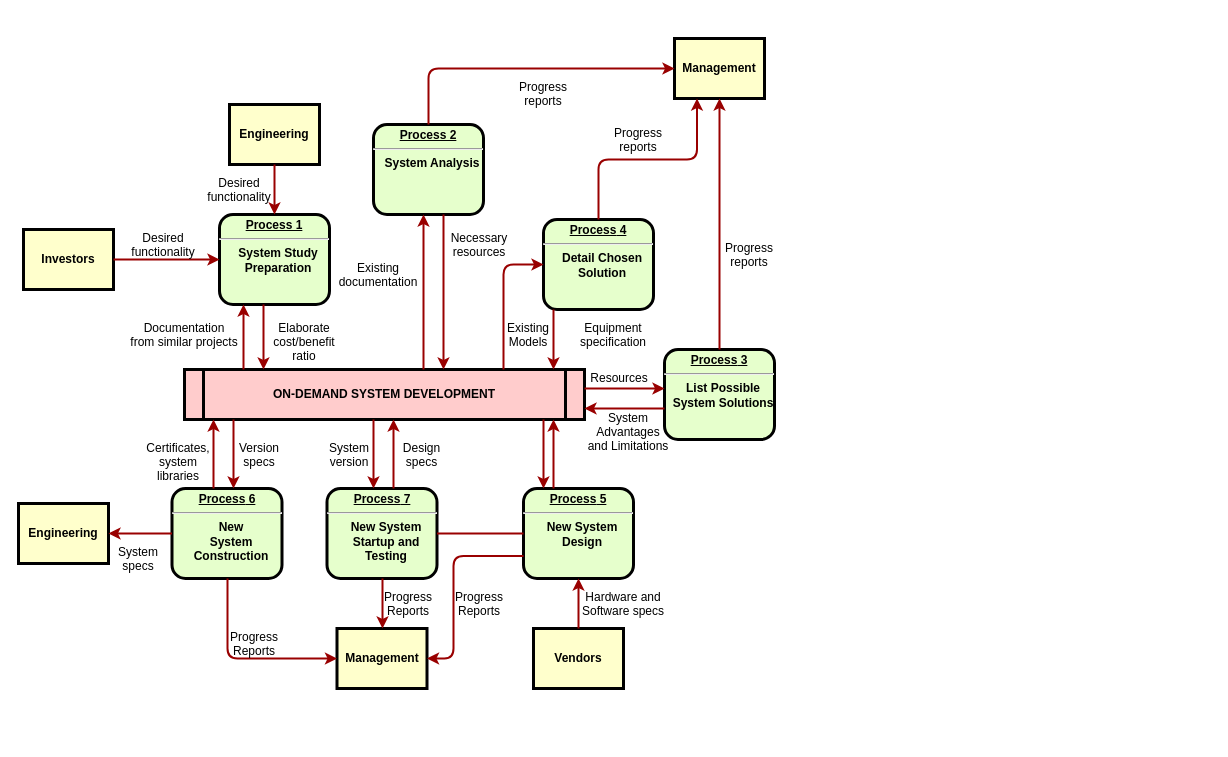
Fgeeha/draw.io keeps this draw.io diagram as dfdardplusras.drawio. Above is the earlier version. Source tidied: cells renumbered, new cells numbered last; positions are measured from the earlier drawing's top-left corner, leaving out a move shared by most shapes. Both pictures are drawn from the tidied source at 100%, with x=0, y=0 at pixel (18, 38).
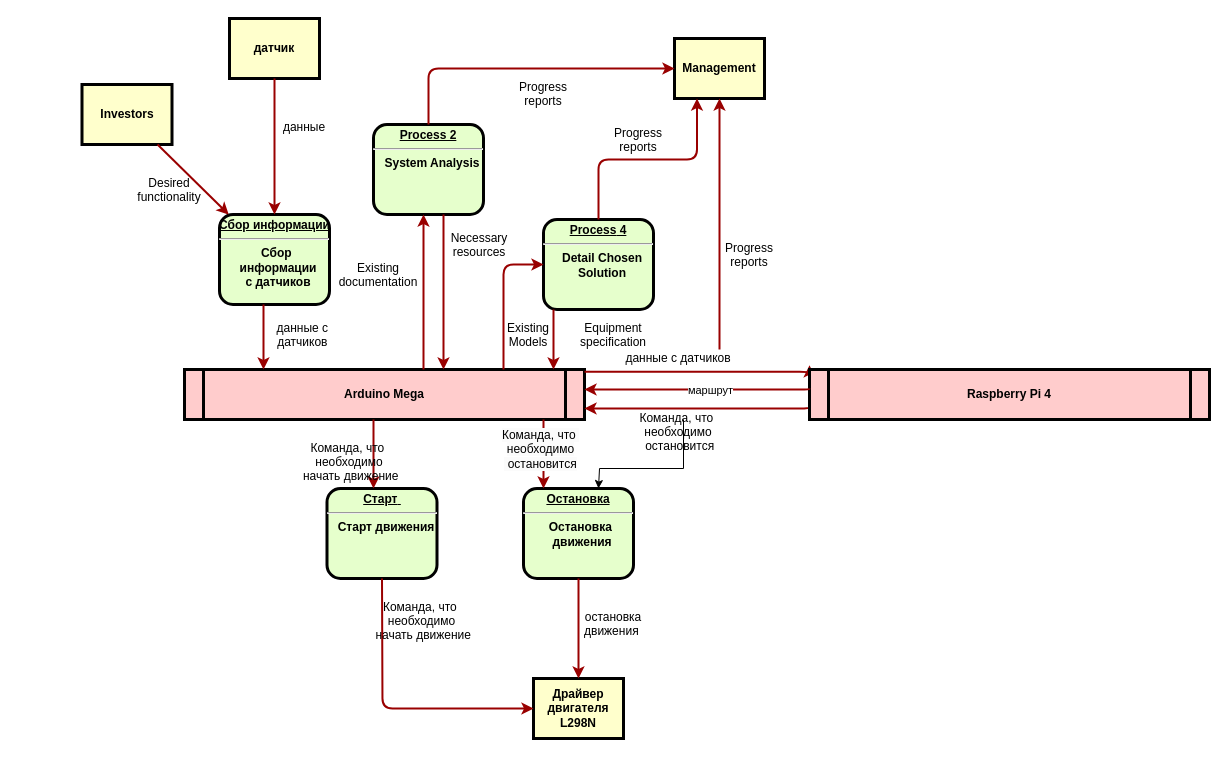
The same page after the edit.

Unchanged cells that the change refers to:
```xml
<mxCell id="11" value="Management" style="whiteSpace=wrap;align=center;verticalAlign=middle;fontStyle=1;strokeWidth=3;fillColor=#FFFFCC;" parent="1" vertex="1">
  <mxGeometry x="656" width="90" height="60" as="geometry" />
</mxCell>
<mxCell id="44" style="edgeStyle=elbowEdgeStyle;elbow=horizontal;strokeColor=#990000;strokeWidth=2;" parent="1" edge="1" source="5" target="9">
  <mxGeometry relative="1" as="geometry">
    <Array as="points">
      <mxPoint x="525" y="420" />
    </Array>
  </mxGeometry>
</mxCell>
```

Diff of the diagram source:
```diff
@@
-    <mxCell id="2" value="&lt;p style=&quot;margin: 0px; margin-top: 4px; text-align: center; text-decoration: underline;&quot;&gt;&lt;strong&gt;Process 1&lt;br /&gt;&lt;/strong&gt;&lt;/p&gt;&lt;hr /&gt;&lt;p style=&quot;margin: 0px; margin-left: 8px;&quot;&gt;System Study&lt;/p&gt;&lt;p style=&quot;margin: 0px; margin-left: 8px;&quot;&gt;Preparation&lt;/p&gt;" style="verticalAlign=middle;align=center;overflow=fill;fontSize=12;fontFamily=Helvetica;html=1;rounded=1;fontStyle=1;strokeWidth=3;fillColor=#E6FFCC;" parent="1" vertex="1">
+    <mxCell id="2" value="&lt;p style=&quot;margin: 0px; margin-top: 4px; text-align: center; text-decoration: underline;&quot;&gt;&lt;strong&gt;Сбор информации&lt;/strong&gt;&lt;/p&gt;&lt;hr&gt;&lt;p style=&quot;margin: 0px; margin-left: 8px;&quot;&gt;Сбор&amp;nbsp;&lt;/p&gt;&lt;p style=&quot;margin: 0px; margin-left: 8px;&quot;&gt;информации&lt;/p&gt;&lt;p style=&quot;margin: 0px; margin-left: 8px;&quot;&gt;с датчиков&lt;/p&gt;" style="verticalAlign=middle;align=center;overflow=fill;fontSize=12;fontFamily=Helvetica;html=1;rounded=1;fontStyle=1;strokeWidth=3;fillColor=#E6FFCC;" parent="1" vertex="1">
       <mxGeometry x="201" y="176" width="110" height="90" as="geometry" />
     </mxCell>
-    <mxCell id="3" value="Engineering" style="whiteSpace=wrap;align=center;verticalAlign=middle;fontStyle=1;strokeWidth=3;fillColor=#FFFFCC;" parent="1" vertex="1">
-      <mxGeometry x="211" y="66" width="90" height="60" as="geometry" />
+    <mxCell id="3" value="датчик" style="whiteSpace=wrap;align=center;verticalAlign=middle;fontStyle=1;strokeWidth=3;fillColor=#FFFFCC;" parent="1" vertex="1">
+      <mxGeometry x="211" y="-20" width="90" height="60" as="geometry" />
     </mxCell>
     <mxCell id="4" value="Investors" style="whiteSpace=wrap;align=center;verticalAlign=middle;fontStyle=1;strokeWidth=3;fillColor=#FFFFCC;" parent="1" vertex="1">
-      <mxGeometry x="5" y="191" width="90" height="60" as="geometry" />
+      <mxGeometry x="63.5" y="46" width="90" height="60" as="geometry" />
     </mxCell>
-    <mxCell id="5" value="ON-DEMAND SYSTEM DEVELOPMENT" style="shape=process;whiteSpace=wrap;align=center;verticalAlign=middle;size=0.0475;fontStyle=1;strokeWidth=3;fillColor=#FFCCCC;" parent="1" vertex="1">
+    <mxCell id="5" value="Arduino Mega" style="shape=process;whiteSpace=wrap;align=center;verticalAlign=middle;size=0.0475;fontStyle=1;strokeWidth=3;fillColor=#FFCCCC;" parent="1" vertex="1">
       <mxGeometry x="166" y="331" width="400" height="50" as="geometry" />
     </mxCell>
@@
-    <mxCell id="7" value="&lt;p style=&quot;margin: 0px; margin-top: 4px; text-align: center; text-decoration: underline;&quot;&gt;&lt;strong&gt;&lt;strong&gt;Process&lt;/strong&gt; 3&lt;br /&gt;&lt;/strong&gt;&lt;/p&gt;&lt;hr /&gt;&lt;p style=&quot;margin: 0px; margin-left: 8px;&quot;&gt;List Possible&lt;/p&gt;&lt;p style=&quot;margin: 0px; margin-left: 8px;&quot;&gt;System Solutions&lt;/p&gt;" style="verticalAlign=middle;align=center;overflow=fill;fontSize=12;fontFamily=Helvetica;html=1;rounded=1;fontStyle=1;strokeWidth=3;fillColor=#E6FFCC;" parent="1" vertex="1">
-      <mxGeometry x="646" y="311" width="110" height="90" as="geometry" />
-    </mxCell>
@@
-    <mxCell id="9" value="&lt;p style=&quot;margin: 0px; margin-top: 4px; text-align: center; text-decoration: underline;&quot;&gt;&lt;strong&gt;&lt;strong&gt;Process&lt;/strong&gt; 5&lt;br /&gt;&lt;/strong&gt;&lt;/p&gt;&lt;hr /&gt;&lt;p style=&quot;margin: 0px; margin-left: 8px;&quot;&gt;New System&lt;/p&gt;&lt;p style=&quot;margin: 0px; margin-left: 8px;&quot;&gt;Design&lt;/p&gt;" style="verticalAlign=middle;align=center;overflow=fill;fontSize=12;fontFamily=Helvetica;html=1;rounded=1;fontStyle=1;strokeWidth=3;fillColor=#E6FFCC;" parent="1" vertex="1">
+    <mxCell id="9" value="&lt;p style=&quot;margin: 0px; margin-top: 4px; text-align: center; text-decoration: underline;&quot;&gt;Остановка&lt;/p&gt;&lt;hr&gt;&lt;p style=&quot;margin: 0px; margin-left: 8px;&quot;&gt;Остановка&amp;nbsp;&lt;/p&gt;&lt;p style=&quot;margin: 0px; margin-left: 8px;&quot;&gt;движения&lt;/p&gt;" style="verticalAlign=middle;align=center;overflow=fill;fontSize=12;fontFamily=Helvetica;html=1;rounded=1;fontStyle=1;strokeWidth=3;fillColor=#E6FFCC;" parent="1" vertex="1">
       <mxGeometry x="505" y="450" width="110" height="90" as="geometry" />
     </mxCell>
-    <mxCell id="10" value="&lt;p style=&quot;margin: 0px; margin-top: 4px; text-align: center; text-decoration: underline;&quot;&gt;&lt;strong&gt;&lt;strong&gt;Process&lt;/strong&gt; 6&lt;br /&gt;&lt;/strong&gt;&lt;/p&gt;&lt;hr /&gt;&lt;p style=&quot;margin: 0px; margin-left: 8px;&quot;&gt;New&lt;/p&gt;&lt;p style=&quot;margin: 0px; margin-left: 8px;&quot;&gt;System&lt;/p&gt;&lt;p style=&quot;margin: 0px; margin-left: 8px;&quot;&gt;Construction&lt;/p&gt;" style="verticalAlign=middle;align=center;overflow=fill;fontSize=12;fontFamily=Helvetica;html=1;rounded=1;fontStyle=1;strokeWidth=3;fillColor=#E6FFCC;" parent="1" vertex="1">
-      <mxGeometry x="153.5" y="450" width="110" height="90" as="geometry" />
-    </mxCell>
@@
-    <mxCell id="12" value="Management" style="whiteSpace=wrap;align=center;verticalAlign=middle;fontStyle=1;strokeWidth=3;fillColor=#FFFFCC;" parent="1" vertex="1">
-      <mxGeometry x="318.5" y="590" width="90" height="60" as="geometry" />
-    </mxCell>
-    <mxCell id="13" value="Engineering" style="whiteSpace=wrap;align=center;verticalAlign=middle;fontStyle=1;strokeWidth=3;fillColor=#FFFFCC;" parent="1" vertex="1">
-      <mxGeometry y="465" width="90" height="60" as="geometry" />
-    </mxCell>
-    <mxCell id="14" value="Vendors" style="whiteSpace=wrap;align=center;verticalAlign=middle;fontStyle=1;strokeWidth=3;fillColor=#FFFFCC;" parent="1" vertex="1">
-      <mxGeometry x="515" y="590" width="90" height="60" as="geometry" />
+    <mxCell id="14" value="Драйвер двигателя L298N" style="whiteSpace=wrap;align=center;verticalAlign=middle;fontStyle=1;strokeWidth=3;fillColor=#FFFFCC;" parent="1" vertex="1">
+      <mxGeometry x="515" y="640" width="90" height="60" as="geometry" />
     </mxCell>
@@
-    <mxCell id="17" value="&lt;p style=&quot;margin: 0px; margin-top: 4px; text-align: center; text-decoration: underline;&quot;&gt;&lt;strong&gt;&lt;strong&gt;Process&lt;/strong&gt; 7&lt;br /&gt;&lt;/strong&gt;&lt;/p&gt;&lt;hr /&gt;&lt;p style=&quot;margin: 0px; margin-left: 8px;&quot;&gt;New System&lt;/p&gt;&lt;p style=&quot;margin: 0px; margin-left: 8px;&quot;&gt;Startup and&lt;/p&gt;&lt;p style=&quot;margin: 0px; margin-left: 8px;&quot;&gt;Testing&lt;/p&gt;" style="verticalAlign=middle;align=center;overflow=fill;fontSize=12;fontFamily=Helvetica;html=1;rounded=1;fontStyle=1;strokeWidth=3;fillColor=#E6FFCC;" parent="1" vertex="1">
+    <mxCell id="17" value="&lt;p style=&quot;margin: 0px; margin-top: 4px; text-align: center; text-decoration: underline;&quot;&gt;&lt;strong&gt;&lt;strong&gt;Старт&lt;/strong&gt;&amp;nbsp;&lt;br&gt;&lt;/strong&gt;&lt;/p&gt;&lt;hr&gt;&lt;p style=&quot;margin: 0px; margin-left: 8px;&quot;&gt;Старт движения&lt;/p&gt;" style="verticalAlign=middle;align=center;overflow=fill;fontSize=12;fontFamily=Helvetica;html=1;rounded=1;fontStyle=1;strokeWidth=3;fillColor=#E6FFCC;" parent="1" vertex="1">
       <mxGeometry x="308.5" y="450" width="110" height="90" as="geometry" />
     </mxCell>
-    <mxCell id="18" style="endArrow=none;noEdgeStyle=1;strokeColor=#990000;strokeWidth=2;" parent="1" edge="1" source="9" target="17">
-      <mxGeometry relative="1" as="geometry" />
-    </mxCell>
     <mxCell id="19" value="Desired &#10;functionality" style="text;spacingTop=-5;align=center;" parent="1" vertex="1">
-      <mxGeometry x="130" y="191" width="30" height="20" as="geometry" />
+      <mxGeometry x="136" y="136" width="30" height="20" as="geometry" />
     </mxCell>
-    <mxCell id="20" value="Desired &#10;functionality" style="text;spacingTop=-5;align=center;" parent="1" vertex="1">
-      <mxGeometry x="206" y="136" width="30" height="20" as="geometry" />
+    <mxCell id="20" value="данные" style="text;spacingTop=-5;align=center;" parent="1" vertex="1">
+      <mxGeometry x="271" y="80" width="30" height="20" as="geometry" />
     </mxCell>
-    <mxCell id="21" value="Documentation&#10;from similar projects" style="text;spacingTop=-5;align=center;" parent="1" vertex="1">
-      <mxGeometry x="151" y="281" width="30" height="20" as="geometry" />
-    </mxCell>
-    <mxCell id="22" style="edgeStyle=elbowEdgeStyle;elbow=horizontal;strokeColor=#990000;strokeWidth=2;" parent="1" edge="1" source="5" target="2">
-      <mxGeometry relative="1" as="geometry">
-        <Array as="points">
-          <mxPoint x="225" y="310" />
-        </Array>
-      </mxGeometry>
-    </mxCell>
@@
-    <mxCell id="24" value="Elaborate&#10;cost/benefit&#10;ratio" style="text;spacingTop=-5;align=center;" parent="1" vertex="1">
+    <mxCell id="24" value="данные с &#10;датчиков " style="text;spacingTop=-5;align=center;" parent="1" vertex="1">
       <mxGeometry x="271" y="281" width="30" height="20" as="geometry" />
     </mxCell>
@@
-    <mxCell id="34" style="edgeStyle=elbowEdgeStyle;elbow=horizontal;strokeColor=#990000;strokeWidth=2;" parent="1" edge="1" source="7" target="11">
-      <mxGeometry relative="1" as="geometry" />
+    <mxCell id="34" style="edgeStyle=elbowEdgeStyle;elbow=horizontal;strokeColor=#990000;strokeWidth=2;" parent="1" edge="1" target="11">
+      <mxGeometry relative="1" as="geometry">
+        <mxPoint x="701" y="311" as="sourcePoint" />
+      </mxGeometry>
     </mxCell>
@@
-    <mxCell id="39" style="edgeStyle=elbowEdgeStyle;elbow=vertical;strokeColor=#990000;strokeWidth=2;" parent="1" edge="1" source="5" target="7">
+    <mxCell id="39" style="edgeStyle=elbowEdgeStyle;elbow=vertical;strokeColor=#990000;strokeWidth=2;entryX=0;entryY=0.25;entryDx=0;entryDy=0;" parent="1" edge="1">
       <mxGeometry relative="1" as="geometry">
+        <mxPoint x="566" y="333.2" as="sourcePoint" />
+        <mxPoint x="791" y="326.8" as="targetPoint" />
         <Array as="points">
-          <mxPoint x="615" y="350" />
+          <mxPoint x="615" y="333.2" />
         </Array>
       </mxGeometry>
     </mxCell>
-    <mxCell id="40" style="edgeStyle=elbowEdgeStyle;elbow=vertical;strokeColor=#990000;strokeWidth=2;" parent="1" edge="1" source="7" target="5">
+    <mxCell id="40" style="edgeStyle=elbowEdgeStyle;elbow=vertical;strokeColor=#990000;strokeWidth=2;exitX=0;exitY=0.75;exitDx=0;exitDy=0;" parent="1" edge="1" source="65" target="5">
       <mxGeometry relative="1" as="geometry">
         <Array as="points">
           <mxPoint x="615" y="370" />
         </Array>
       </mxGeometry>
     </mxCell>
-    <mxCell id="41" value="Resources" style="text;spacingTop=-5;align=center;" parent="1" vertex="1">
-      <mxGeometry x="586" y="331" width="30" height="20" as="geometry" />
+    <mxCell id="41" value="данные с датчиков" style="text;spacingTop=-5;align=center;" parent="1" vertex="1">
+      <mxGeometry x="645" y="311" width="30" height="20" as="geometry" />
     </mxCell>
+    <mxCell id="63" style="edgeStyle=orthogonalEdgeStyle;rounded=0;orthogonalLoop=1;jettySize=auto;html=1;" parent="1" edge="1">
+      <mxGeometry relative="1" as="geometry">
+        <mxPoint x="665" y="381" as="sourcePoint" />
+        <mxPoint x="580" y="450" as="targetPoint" />
+        <Array as="points">
+          <mxPoint x="665" y="430" />
+          <mxPoint x="581" y="430" />
+        </Array>
+      </mxGeometry>
+    </mxCell>
-    <mxCell id="42" value="System &#10;Advantages &#10;and Limitations" style="text;spacingTop=-5;align=center;" parent="1" vertex="1">
-      <mxGeometry x="595" y="371" width="30" height="20" as="geometry" />
+    <mxCell id="42" value="Команда, что &#10;необходимо&#10; остановится" style="text;spacingTop=-5;align=center;" parent="1" vertex="1">
+      <mxGeometry x="645" y="371" width="30" height="20" as="geometry" />
     </mxCell>
-    <mxCell id="43" style="edgeStyle=elbowEdgeStyle;elbow=horizontal;strokeColor=#990000;strokeWidth=2;" parent="1" edge="1" source="9" target="5">
-      <mxGeometry relative="1" as="geometry">
-        <Array as="points">
-          <mxPoint x="535" y="410" />
-        </Array>
-      </mxGeometry>
-    </mxCell>
@@
+    <mxCell id="64" value="&lt;span style=&quot;font-size: 12px; background-color: rgb(251, 251, 251);&quot;&gt;Команда, что&amp;nbsp;&lt;/span&gt;&lt;br style=&quot;padding: 0px; margin: 0px; font-size: 12px; background-color: rgb(251, 251, 251);&quot;&gt;&lt;span style=&quot;font-size: 12px; background-color: rgb(251, 251, 251);&quot;&gt;необходимо&lt;/span&gt;&lt;br style=&quot;padding: 0px; margin: 0px; font-size: 12px; background-color: rgb(251, 251, 251);&quot;&gt;&lt;span style=&quot;font-size: 12px; background-color: rgb(251, 251, 251);&quot;&gt;&amp;nbsp;остановится&lt;/span&gt;" style="edgeLabel;html=1;align=center;verticalAlign=middle;" parent="44" vertex="1">
+      <mxGeometry x="-0.16" y="-4" relative="1" as="geometry" />
+    </mxCell>
-    <mxCell id="45" style="edgeStyle=elbowEdgeStyle;elbow=horizontal;strokeColor=#990000;strokeWidth=2;" parent="1" edge="1" source="14" target="9">
+    <mxCell id="45" style="edgeStyle=elbowEdgeStyle;elbow=horizontal;strokeColor=#990000;strokeWidth=2;entryX=0.5;entryY=0;entryDx=0;entryDy=0;exitX=0.5;exitY=1;exitDx=0;exitDy=0;" parent="1" edge="1" source="9" target="14">
       <mxGeometry relative="1" as="geometry" />
     </mxCell>
-    <mxCell id="46" value="Hardware and&#10;Software specs" style="text;spacingTop=-5;align=center;" parent="1" vertex="1">
-      <mxGeometry x="590" y="550" width="30" height="20" as="geometry" />
+    <mxCell id="46" value="остановка&#10;движения " style="text;spacingTop=-5;align=center;" parent="1" vertex="1">
+      <mxGeometry x="580" y="570" width="30" height="20" as="geometry" />
     </mxCell>
-    <mxCell id="47" style="edgeStyle=elbowEdgeStyle;elbow=horizontal;exitX=0;exitY=0.75;strokeColor=#990000;strokeWidth=2;" parent="1" edge="1" source="9" target="12">
-      <mxGeometry relative="1" as="geometry">
-        <Array as="points">
-          <mxPoint x="435" y="570" />
-        </Array>
-      </mxGeometry>
-    </mxCell>
-    <mxCell id="48" value="Progress&#10;Reports" style="text;spacingTop=-5;align=center;" parent="1" vertex="1">
-      <mxGeometry x="446" y="550" width="30" height="20" as="geometry" />
-    </mxCell>
-    <mxCell id="49" style="edgeStyle=elbowEdgeStyle;elbow=horizontal;strokeColor=#990000;strokeWidth=2;" parent="1" edge="1" source="17" target="12">
-      <mxGeometry relative="1" as="geometry" />
+    <mxCell id="49" style="edgeStyle=elbowEdgeStyle;elbow=horizontal;strokeColor=#990000;strokeWidth=2;exitX=0.5;exitY=1;exitDx=0;exitDy=0;" parent="1" edge="1" source="17" target="14">
+      <mxGeometry relative="1" as="geometry">
+        <Array as="points">
+          <mxPoint x="364" y="610" />
+        </Array>
+      </mxGeometry>
     </mxCell>
-    <mxCell id="50" value="Progress&#10;Reports" style="text;spacingTop=-5;align=center;" parent="1" vertex="1">
-      <mxGeometry x="375" y="550" width="30" height="20" as="geometry" />
+    <mxCell id="50" value="Команда, что &#10;необходимо&#10; начать движение" style="text;spacingTop=-5;align=center;" parent="1" vertex="1">
+      <mxGeometry x="388.5" y="560" width="30" height="20" as="geometry" />
     </mxCell>
-    <mxCell id="51" style="edgeStyle=elbowEdgeStyle;elbow=horizontal;strokeColor=#990000;strokeWidth=2;" parent="1" edge="1" source="10" target="12">
-      <mxGeometry relative="1" as="geometry">
-        <Array as="points">
-          <mxPoint x="209" y="570" />
-        </Array>
-      </mxGeometry>
-    </mxCell>
-    <mxCell id="52" value="Progress&#10;Reports" style="text;spacingTop=-5;align=center;" parent="1" vertex="1">
-      <mxGeometry x="221" y="590" width="30" height="20" as="geometry" />
-    </mxCell>
-    <mxCell id="53" style="edgeStyle=elbowEdgeStyle;elbow=vertical;strokeColor=#990000;strokeWidth=2;" parent="1" edge="1" source="10" target="13">
-      <mxGeometry relative="1" as="geometry" />
-    </mxCell>
@@
-    <mxCell id="55" style="edgeStyle=elbowEdgeStyle;elbow=horizontal;strokeColor=#990000;strokeWidth=2;" parent="1" edge="1" source="17" target="5">
-      <mxGeometry relative="1" as="geometry">
-        <Array as="points">
-          <mxPoint x="375" y="410" />
-        </Array>
-      </mxGeometry>
-    </mxCell>
-    <mxCell id="56" value="Version&#10;specs" style="text;spacingTop=-5;align=center;" parent="1" vertex="1">
-      <mxGeometry x="226" y="401" width="30" height="20" as="geometry" />
-    </mxCell>
-    <mxCell id="57" value="Certificates,&#10;system&#10;libraries" style="text;spacingTop=-5;align=center;" parent="1" vertex="1">
-      <mxGeometry x="145" y="401" width="30" height="20" as="geometry" />
-    </mxCell>
-    <mxCell id="58" style="edgeStyle=elbowEdgeStyle;elbow=horizontal;strokeColor=#990000;strokeWidth=2;" parent="1" edge="1" source="5" target="10">
-      <mxGeometry relative="1" as="geometry">
-        <Array as="points">
-          <mxPoint x="215" y="410" />
-        </Array>
-      </mxGeometry>
-    </mxCell>
-    <mxCell id="59" style="edgeStyle=elbowEdgeStyle;elbow=horizontal;strokeColor=#990000;strokeWidth=2;" parent="1" edge="1" source="10" target="5">
-      <mxGeometry relative="1" as="geometry">
-        <Array as="points">
-          <mxPoint x="195" y="410" />
-        </Array>
-      </mxGeometry>
-    </mxCell>
-    <mxCell id="60" value="System&#10;specs" style="text;spacingTop=-5;align=center;" parent="1" vertex="1">
-      <mxGeometry x="105" y="505" width="30" height="20" as="geometry" />
-    </mxCell>
-    <mxCell id="61" value="Design&#10;specs" style="text;spacingTop=-5;align=center;" parent="1" vertex="1">
-      <mxGeometry x="388.5" y="401" width="30" height="20" as="geometry" />
-    </mxCell>
-    <mxCell id="62" value="System&#10;version" style="text;spacingTop=-5;align=center;" parent="1" vertex="1">
+    <mxCell id="62" value="Команда, что &#10;необходимо&#10; начать движение" style="text;spacingTop=-5;align=center;" parent="1" vertex="1">
       <mxGeometry x="316" y="401" width="30" height="20" as="geometry" />
     </mxCell>
+    <mxCell id="65" value="Raspberry Pi 4" style="shape=process;whiteSpace=wrap;align=center;verticalAlign=middle;size=0.0475;fontStyle=1;strokeWidth=3;fillColor=#FFCCCC;" parent="1" vertex="1">
+      <mxGeometry x="791" y="331" width="400" height="50" as="geometry" />
+    </mxCell>
+    <mxCell id="66" style="edgeStyle=elbowEdgeStyle;elbow=vertical;strokeColor=#990000;strokeWidth=2;exitX=0;exitY=0.75;exitDx=0;exitDy=0;" parent="1" edge="1">
+      <mxGeometry relative="1" as="geometry">
+        <mxPoint x="791" y="350" as="sourcePoint" />
+        <mxPoint x="566" y="351" as="targetPoint" />
+        <Array as="points">
+          <mxPoint x="615" y="351" />
+        </Array>
+      </mxGeometry>
+    </mxCell>
+    <mxCell id="67" value="маршрут" style="edgeLabel;html=1;align=center;verticalAlign=middle;" parent="66" vertex="1">
+      <mxGeometry x="-0.11" relative="1" as="geometry" />
+    </mxCell>
```
